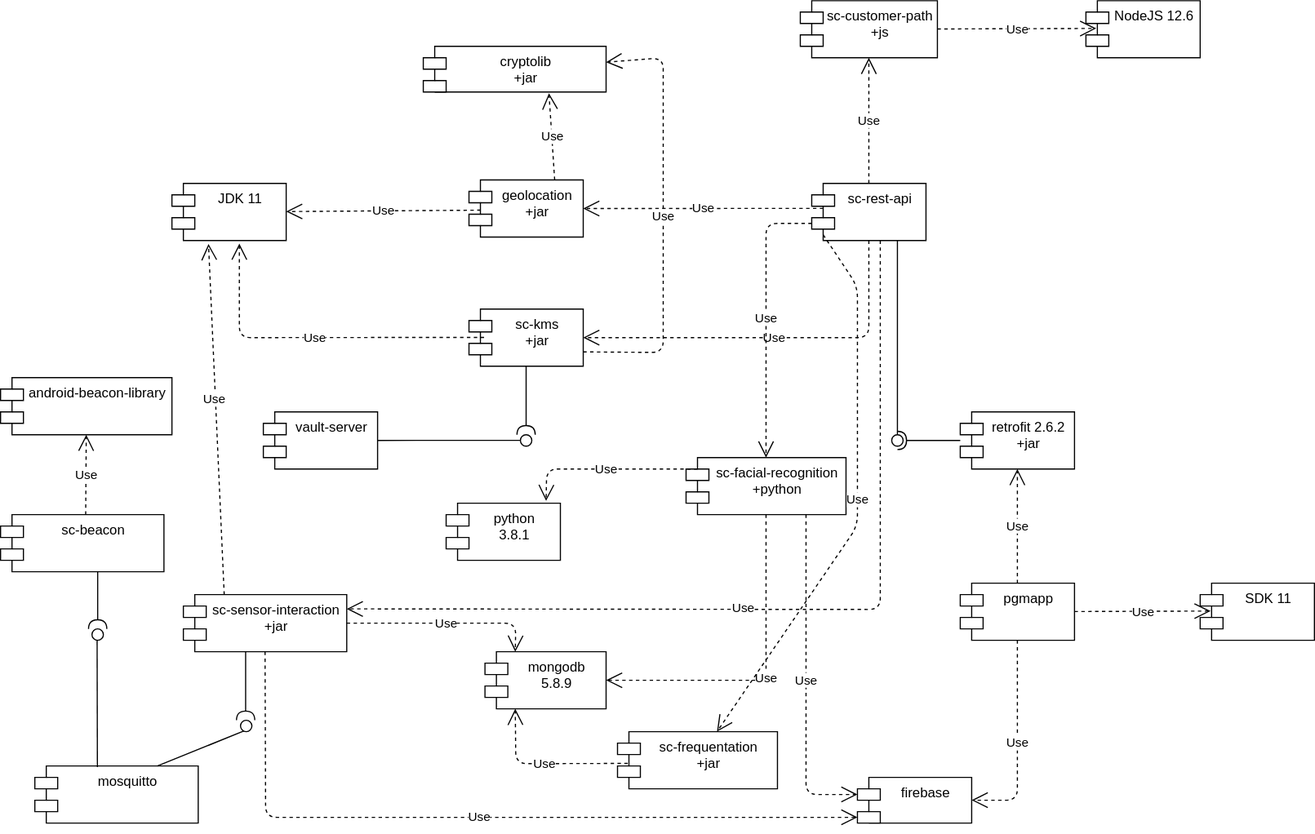
The draw.io diagram diagrams/ComponentDiagram.svg in jessicaraman/pds-stardust, before a commit. Source tidied: cells renumbered, new cells last; positions are measured from the earlier drawing's top-left corner, leaving out a move shared by most shapes.
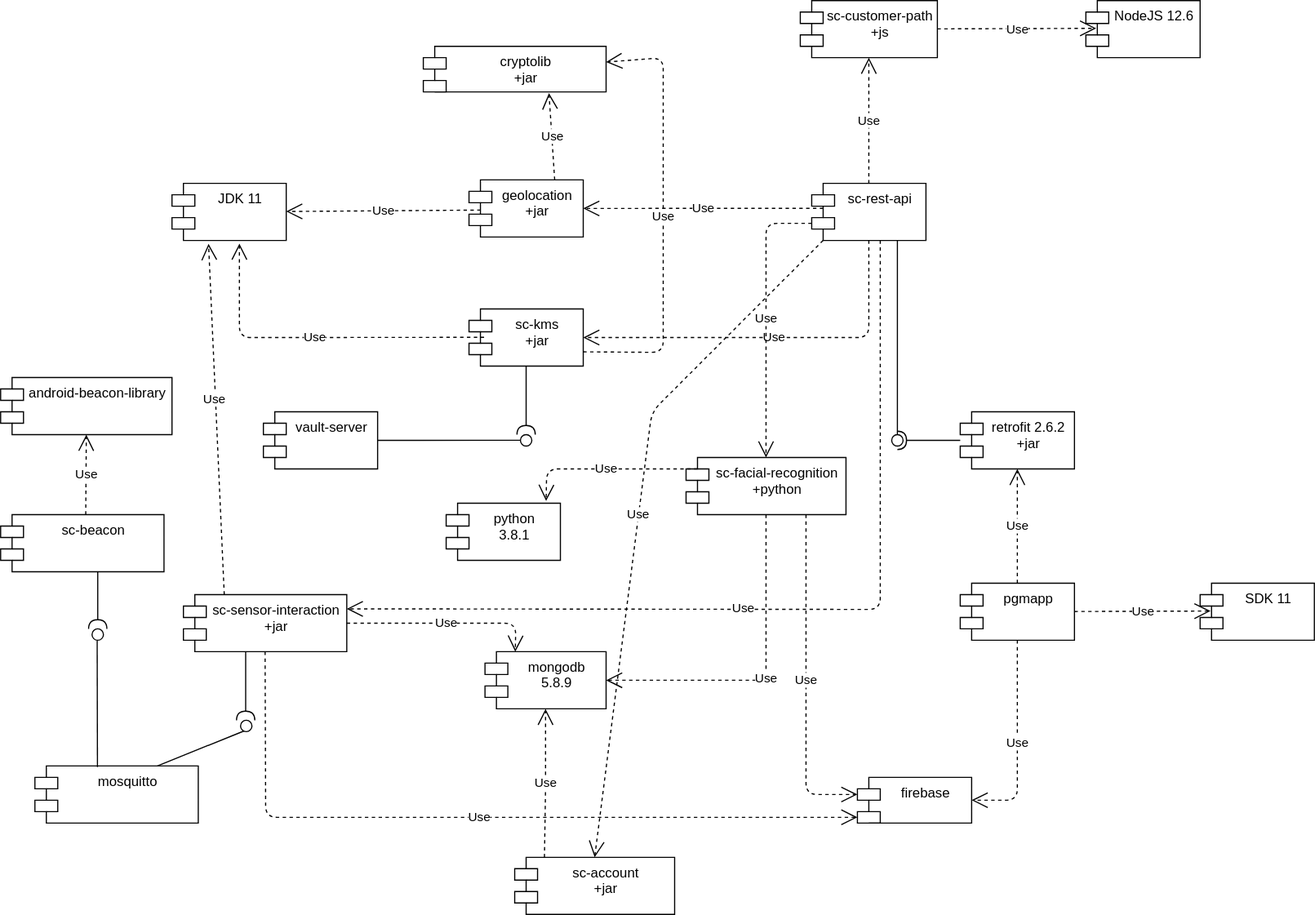
The same file after the commit.

Commit message:
[DIAGRAMS] Update sequency and component diagrams

The edit, as a diff of the source:
```diff
@@ -220,24 +220,22 @@
         <mxPoint x="-120" y="119" as="offset" />
       </mxGeometry>
     </mxCell>
-    <mxCell id="53" value="sc-frequentation&#10;+jar" style="shape=module;align=left;spacingLeft=20;align=center;verticalAlign=top;" parent="1" vertex="1">
-      <mxGeometry x="540" y="640" width="140" height="50" as="geometry" />
-    </mxCell>
-    <mxCell id="54" value="Use" style="endArrow=open;endSize=12;dashed=1;html=1;exitX=0.064;exitY=0.556;exitDx=0;exitDy=0;entryX=0.25;entryY=1;entryDx=0;entryDy=0;exitPerimeter=0;" parent="1" edge="1" source="53" target="30">
-      <mxGeometry relative="1" as="geometry">
-        <Array as="points">
-          <mxPoint x="451" y="668" />
-        </Array>
-      </mxGeometry>
-    </mxCell>
-    <mxCell id="55" value="Use" style="endArrow=open;endSize=12;dashed=1;html=1;exitX=0;exitY=0;exitDx=0;exitDy=35;exitPerimeter=0;" parent="1" edge="1" target="53">
-      <mxGeometry relative="1" as="geometry">
-        <mxPoint x="720" y="205" as="sourcePoint" />
-        <Array as="points">
-          <mxPoint x="750" y="250" />
-          <mxPoint x="750" y="460" />
-        </Array>
-      </mxGeometry>
-    </mxCell>
+    <mxCell id="56" value="sc-account&#10;+jar" style="shape=module;align=left;spacingLeft=20;align=center;verticalAlign=top;" parent="1" vertex="1">
+      <mxGeometry x="450" y="750" width="140" height="50" as="geometry" />
+    </mxCell>
+    <mxCell id="57" value="Use" style="endArrow=open;endSize=12;dashed=1;html=1;exitX=0;exitY=1;exitDx=10;exitDy=0;entryX=0.5;entryY=0;entryDx=0;entryDy=0;exitPerimeter=0;" parent="1" edge="1" source="9" target="56">
+      <mxGeometry relative="1" as="geometry">
+        <Array as="points">
+          <mxPoint x="570" y="360" />
+        </Array>
+      </mxGeometry>
+    </mxCell>
+    <mxCell id="58" value="Use" style="endArrow=open;endSize=12;dashed=1;html=1;entryX=0.5;entryY=1;entryDx=0;entryDy=0;exitX=0.186;exitY=0;exitDx=0;exitDy=0;exitPerimeter=0;" parent="1" edge="1" source="56" target="30">
+      <mxGeometry relative="1" as="geometry">
+        <Array as="points">
+          <mxPoint x="477" y="690" />
+        </Array>
+      </mxGeometry>
+    </mxCell>
   </root>
 </mxGraphModel>
```
